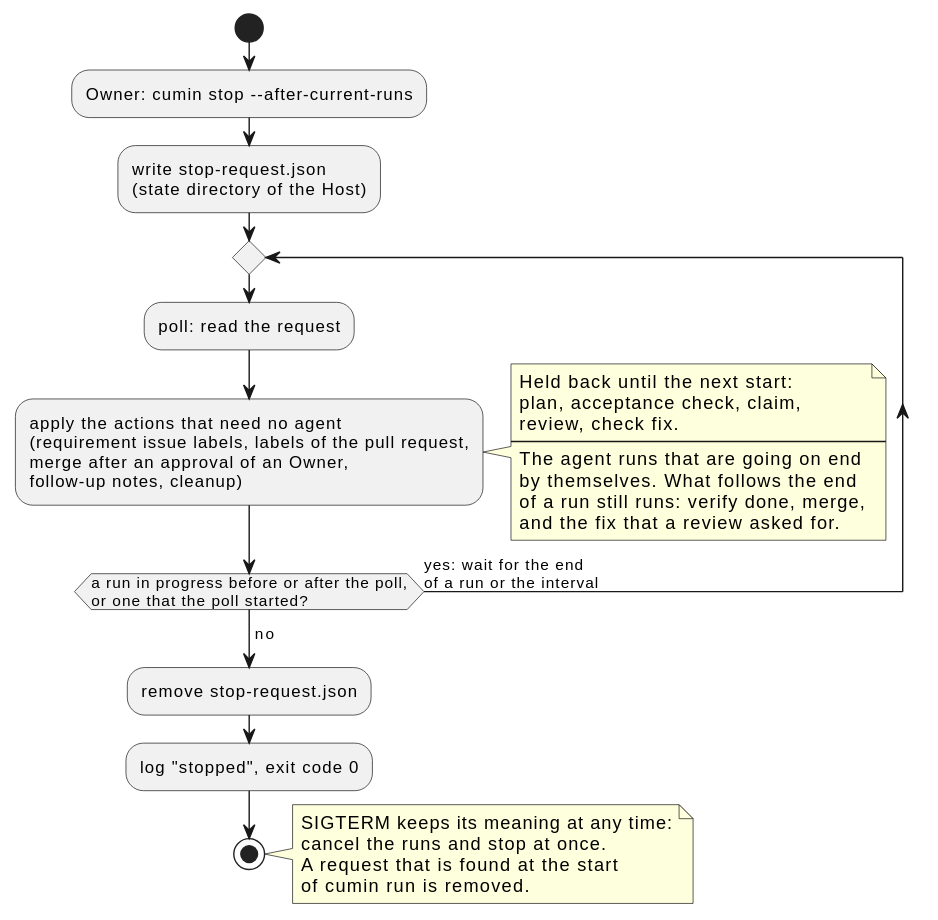
cloveclovedev/cumin-works keeps this PlantUML diagram as docs/ja/designs/cumin-stop-after-runs.svg. Above is the earlier version. Source of this version:
```plantuml
@startuml
skinparam shadowing false
skinparam defaultFontName sans-serif

start
:Owner: cumin stop --after-current-runs;
:write stop-request.json
(state directory of the Host);
repeat
  :poll: read the request;
  :apply the actions that need no agent
  (requirement issue labels, labels of the pull request,
  merge after an approval of an Owner,
  follow-up notes, cleanup);
  note right
    Held back until the next start:
    plan, acceptance check, claim,
    review, check fix.
    ----
    The agent runs that are going on end
    by themselves. What follows the end
    of a run still runs: verify done, merge,
    and the fix that a review asked for.
  end note
repeat while (a run in progress before or after the poll,\nor one that the poll started?) is (yes: wait for the end\nof a run or the interval)
->no;
:remove stop-request.json;
:log "stopped", exit code 0;
stop

note right
  SIGTERM keeps its meaning at any time:
  cancel the runs and stop at once.
  A request that is found at the start
  of cumin run is removed.
end note
@enduml
```
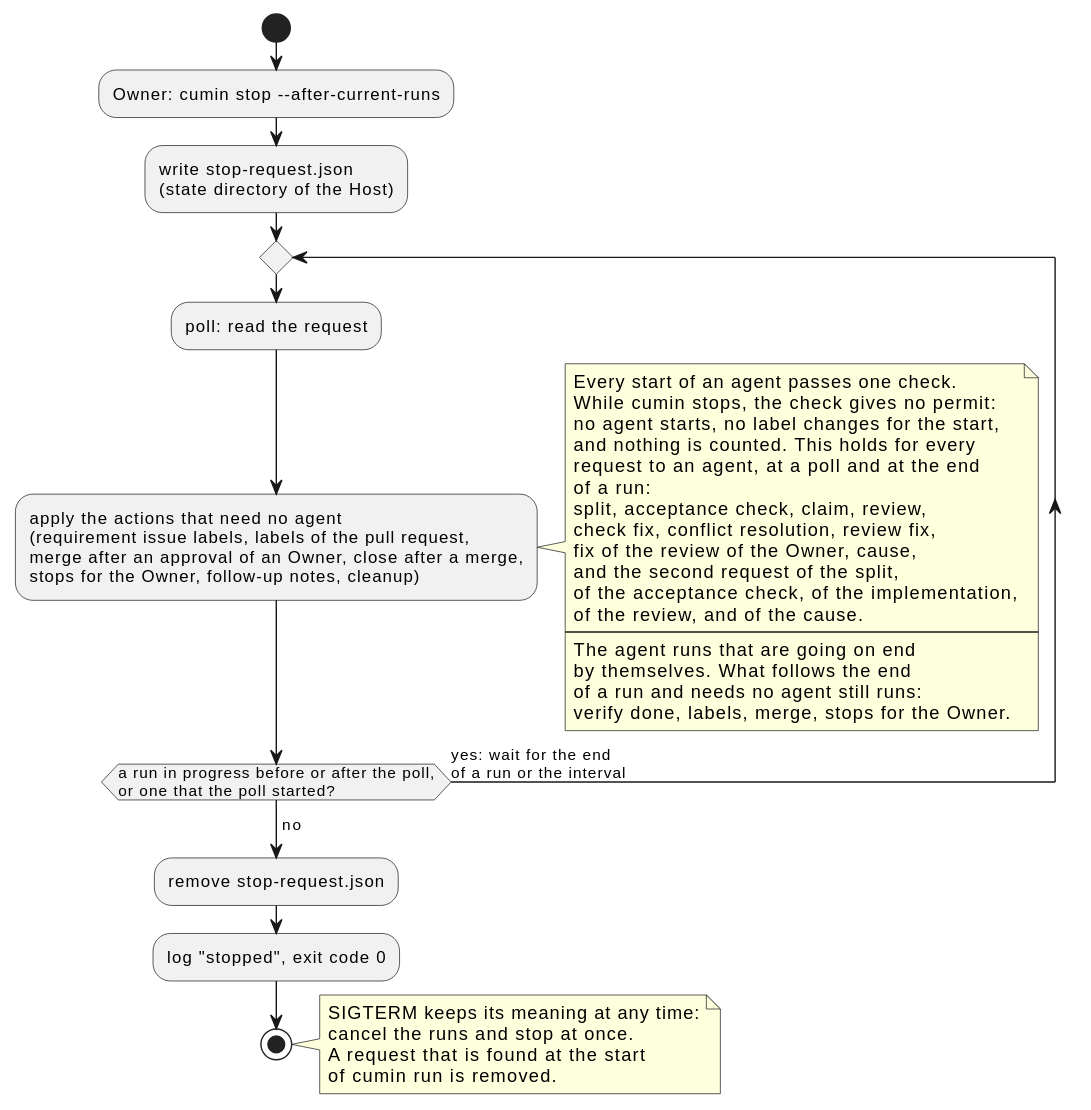
Above is the later version.

Diff of the diagram source:
```diff
@@ -10,17 +10,26 @@
   :poll: read the request;
   :apply the actions that need no agent
   (requirement issue labels, labels of the pull request,
-  merge after an approval of an Owner,
-  follow-up notes, cleanup);
+  merge after an approval of an Owner, close after a merge,
+  stops for the Owner, follow-up notes, cleanup);
   note right
-    Held back until the next start:
-    plan, acceptance check, claim,
-    review, check fix.
+    Every start of an agent passes one check.
+    While cumin stops, the check gives no permit:
+    no agent starts, no label changes for the start,
+    and nothing is counted. This holds for every
+    request to an agent, at a poll and at the end
+    of a run:
+    split, acceptance check, claim, review,
+    check fix, conflict resolution, review fix,
+    fix of the review of the Owner, cause,
+    and the second request of the split,
+    of the acceptance check, of the implementation,
+    of the review, and of the cause.
     ----
     The agent runs that are going on end
     by themselves. What follows the end
-    of a run still runs: verify done, merge,
-    and the fix that a review asked for.
+    of a run and needs no agent still runs:
+    verify done, labels, merge, stops for the Owner.
   end note
 repeat while (a run in progress before or after the poll,\nor one that the poll started?) is (yes: wait for the end\nof a run or the interval)
 ->no;
```
